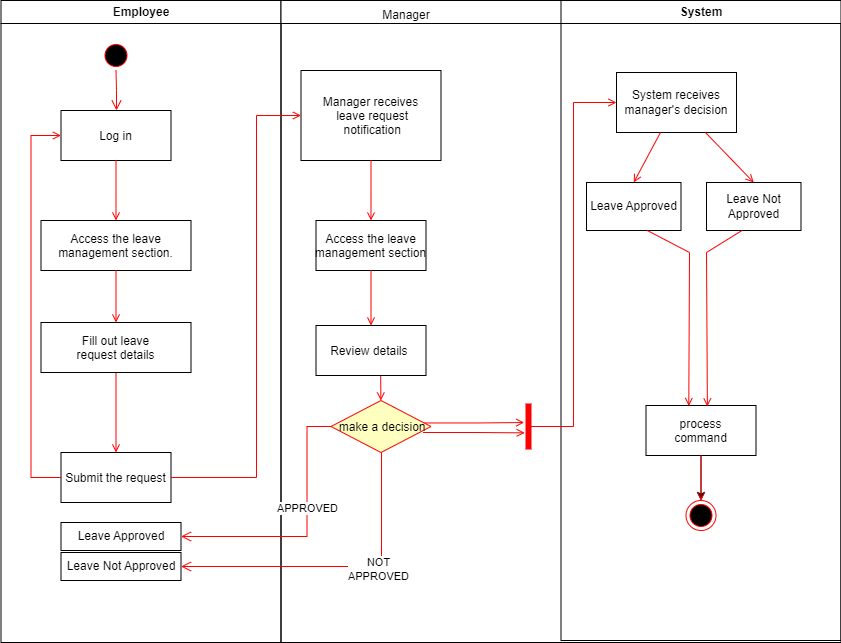
Earlier version of the draw.io export Activity Diagrams/Request Leave Actuvity Diagram.drawio.png (Arisa-Ndreu/AEMS--Project). Source tidied: cells renumbered, new cells last; positions are measured from the earlier drawing's top-left corner, leaving out a move shared by most shapes. Source of this version:
```xml
<mxGraphModel>
  <root>
    <mxCell id="0" />
    <mxCell id="1" parent="0" />
    <mxCell id="2" value="Employee" style="swimlane;whiteSpace=wrap;" parent="1" vertex="1">
      <mxGeometry x="0.5" width="280" height="642" as="geometry" />
    </mxCell>
    <mxCell id="3" style="ellipse;shape=startState;fillColor=#000000;strokeColor=#ff0000;" parent="2" vertex="1">
      <mxGeometry x="100" y="40" width="30" height="30" as="geometry" />
    </mxCell>
    <mxCell id="4" style="edgeStyle=elbowEdgeStyle;elbow=horizontal;verticalAlign=bottom;endArrow=open;endSize=8;strokeColor=#FF0000;endFill=1;rounded=0;" parent="2" edge="1" source="3" target="5">
      <mxGeometry x="100" y="40" as="geometry" />
    </mxCell>
    <mxCell id="5" value="Log in" parent="2" vertex="1">
      <mxGeometry x="60" y="110" width="110" height="50" as="geometry" />
    </mxCell>
    <mxCell id="6" value="Access the leave &#10;management section." parent="2" vertex="1">
      <mxGeometry x="40" y="220" width="150" height="50" as="geometry" />
    </mxCell>
    <mxCell id="7" style="endArrow=open;strokeColor=#FF0000;endFill=1;rounded=0;" parent="2" edge="1" source="5" target="6">
      <mxGeometry relative="1" as="geometry" />
    </mxCell>
    <mxCell id="8" value="Submit the request" parent="2" vertex="1">
      <mxGeometry x="60" y="452" width="110" height="50" as="geometry" />
    </mxCell>
    <mxCell id="9" style="endArrow=open;strokeColor=#FF0000;endFill=1;rounded=0;" parent="2" edge="1" source="12" target="8">
      <mxGeometry relative="1" as="geometry" />
    </mxCell>
    <mxCell id="10" style="edgeStyle=elbowEdgeStyle;elbow=horizontal;strokeColor=#FF0000;endArrow=open;endFill=1;rounded=0;" parent="2" edge="1" source="8" target="5">
      <mxGeometry relative="1" as="geometry">
        <Array as="points">
          <mxPoint x="30" y="250" />
        </Array>
      </mxGeometry>
    </mxCell>
    <mxCell id="11" style="endArrow=open;strokeColor=#FF0000;endFill=1;rounded=0;" parent="2" edge="1" source="6" target="12">
      <mxGeometry relative="1" as="geometry" />
    </mxCell>
    <mxCell id="12" value="Fill out leave &#10;request details" parent="2" vertex="1">
      <mxGeometry x="40" y="322" width="150" height="50" as="geometry" />
    </mxCell>
    <mxCell id="13" value="Leave Approved" style="rounded=0;whiteSpace=wrap;html=1;" parent="2" vertex="1">
      <mxGeometry x="60" y="522" width="120" height="28" as="geometry" />
    </mxCell>
    <mxCell id="14" value="Leave Not Approved" style="rounded=0;whiteSpace=wrap;html=1;" parent="2" vertex="1">
      <mxGeometry x="60" y="552" width="120" height="28" as="geometry" />
    </mxCell>
    <mxCell id="15" style="swimlane;whiteSpace=wrap;" parent="1" vertex="1">
      <mxGeometry x="280.5" width="560" height="642" as="geometry" />
    </mxCell>
    <mxCell id="16" value="Manager receives&#10; leave request&#10; notification" parent="15" vertex="1">
      <mxGeometry x="20" y="70" width="140" height="90" as="geometry" />
    </mxCell>
    <mxCell id="17" value="Access the leave &#10;management section" parent="15" vertex="1">
      <mxGeometry x="35" y="220" width="110" height="50" as="geometry" />
    </mxCell>
    <mxCell id="18" style="endArrow=open;strokeColor=#FF0000;endFill=1;rounded=0;" parent="15" edge="1" source="16" target="17">
      <mxGeometry relative="1" as="geometry" />
    </mxCell>
    <mxCell id="19" value="Review details " parent="15" vertex="1">
      <mxGeometry x="35" y="325" width="110" height="50" as="geometry" />
    </mxCell>
    <mxCell id="20" style="endArrow=open;strokeColor=#FF0000;endFill=1;rounded=0;" parent="15" edge="1" source="17" target="19">
      <mxGeometry relative="1" as="geometry" />
    </mxCell>
    <mxCell id="21" style="endArrow=open;strokeColor=#FF0000;endFill=1;rounded=0;exitX=0.588;exitY=1.008;exitDx=0;exitDy=0;exitPerimeter=0;" parent="15" edge="1" source="19">
      <mxGeometry relative="1" as="geometry">
        <mxPoint x="99.9" y="400" as="targetPoint" />
      </mxGeometry>
    </mxCell>
    <mxCell id="22" style="edgeStyle=elbowEdgeStyle;elbow=horizontal;strokeColor=#FF0000;endArrow=open;endFill=1;rounded=0;exitX=0.929;exitY=0.432;exitDx=0;exitDy=0;exitPerimeter=0;entryX=-0.36;entryY=0.412;entryDx=0;entryDy=0;entryPerimeter=0;" parent="15" edge="1" source="33" target="35">
      <mxGeometry relative="1" as="geometry">
        <Array as="points">
          <mxPoint x="196" y="422" />
        </Array>
      </mxGeometry>
    </mxCell>
    <mxCell id="23" value="System" style="swimlane;whiteSpace=wrap;" parent="15" vertex="1">
      <mxGeometry x="280" width="280" height="640" as="geometry" />
    </mxCell>
    <mxCell id="24" style="edgeStyle=orthogonalEdgeStyle;rounded=0;jettySize=auto;html=1;" parent="23" edge="1" source="25" target="26">
      <mxGeometry relative="1" as="geometry" />
    </mxCell>
    <mxCell id="25" value="process&#10;command" parent="23" vertex="1">
      <mxGeometry x="85" y="405" width="110" height="50" as="geometry" />
    </mxCell>
    <mxCell id="26" style="ellipse;shape=endState;fillColor=#000000;strokeColor=#ff0000;" parent="23" vertex="1">
      <mxGeometry x="125" y="500" width="30" height="30" as="geometry" />
    </mxCell>
    <mxCell id="27" style="endArrow=open;strokeColor=#FF0000;endFill=1;rounded=0;" parent="23" edge="1" source="25" target="26">
      <mxGeometry relative="1" as="geometry" />
    </mxCell>
    <mxCell id="28" value="Leave Approved" style="rounded=0;whiteSpace=wrap;html=1;" parent="23" vertex="1">
      <mxGeometry x="25.5" y="182" width="94.5" height="48" as="geometry" />
    </mxCell>
    <mxCell id="29" value="Leave Not Approved" style="rounded=0;whiteSpace=wrap;html=1;" parent="23" vertex="1">
      <mxGeometry x="145.5" y="182" width="94.5" height="48" as="geometry" />
    </mxCell>
    <mxCell id="30" style="endArrow=open;strokeColor=#FF0000;endFill=1;rounded=0;entryX=0.389;entryY=0.01;entryDx=0;entryDy=0;entryPerimeter=0;" parent="23" edge="1" target="25">
      <mxGeometry relative="1" as="geometry">
        <mxPoint x="86.2" y="230" as="sourcePoint" />
        <Array as="points">
          <mxPoint x="128.5" y="252" />
        </Array>
      </mxGeometry>
    </mxCell>
    <mxCell id="31" style="endArrow=open;strokeColor=#FF0000;endFill=1;rounded=0;entryX=0.558;entryY=0.02;entryDx=0;entryDy=0;entryPerimeter=0;" parent="23" edge="1" target="25">
      <mxGeometry relative="1" as="geometry">
        <mxPoint x="181" y="230" as="sourcePoint" />
        <Array as="points">
          <mxPoint x="145.5" y="252" />
        </Array>
      </mxGeometry>
    </mxCell>
    <mxCell id="32" value="Manager" style="text;html=1;strokeColor=none;fillColor=none;align=center;verticalAlign=middle;whiteSpace=wrap;rounded=0;" parent="15" vertex="1">
      <mxGeometry x="95.5" width="60" height="30" as="geometry" />
    </mxCell>
    <mxCell id="33" value=" make a decision" style="rhombus;fillColor=#ffffc0;strokeColor=#ff0000;" parent="15" vertex="1">
      <mxGeometry x="50" y="400" width="100" height="52" as="geometry" />
    </mxCell>
    <mxCell id="34" style="edgeStyle=elbowEdgeStyle;elbow=horizontal;entryX=-0.259;entryY=0.641;strokeColor=#FF0000;endArrow=open;endFill=1;rounded=0;exitX=0.929;exitY=0.432;exitDx=0;exitDy=0;exitPerimeter=0;entryDx=0;entryDy=0;entryPerimeter=0;" parent="15" edge="1" target="35">
      <mxGeometry relative="1" as="geometry">
        <mxPoint x="142" y="432" as="sourcePoint" />
        <Array as="points">
          <mxPoint x="195" y="432" />
        </Array>
      </mxGeometry>
    </mxCell>
    <mxCell id="35" style="whiteSpace=wrap;strokeColor=#FF0000;fillColor=#FF0000;" parent="15" vertex="1">
      <mxGeometry x="245" y="403.5" width="5" height="45" as="geometry" />
    </mxCell>
    <mxCell id="36" style="edgeStyle=elbowEdgeStyle;elbow=horizontal;align=left;verticalAlign=bottom;endArrow=open;endSize=8;strokeColor=#FF0000;endFill=1;rounded=0;entryX=1;entryY=0.5;entryDx=0;entryDy=0;" parent="15" edge="1" target="14">
      <mxGeometry x="-1" relative="1" as="geometry">
        <mxPoint x="100.5" y="452" as="sourcePoint" />
        <Array as="points">
          <mxPoint x="100.5" y="414.5" />
        </Array>
      </mxGeometry>
    </mxCell>
    <mxCell id="37" value="NOT&lt;br&gt;APPROVED" style="edgeLabel;html=1;align=center;verticalAlign=middle;" parent="36" vertex="1">
      <mxGeometry x="-0.25" y="2" relative="1" as="geometry" />
    </mxCell>
    <mxCell id="38" style="endArrow=open;strokeColor=#FF0000;endFill=1;rounded=0;" parent="1" edge="1" source="8" target="16">
      <mxGeometry relative="1" as="geometry">
        <Array as="points">
          <mxPoint x="256" y="477" />
          <mxPoint x="256" y="115" />
        </Array>
      </mxGeometry>
    </mxCell>
    <mxCell id="39" value="System receives manager's decision" style="rounded=0;whiteSpace=wrap;html=1;" parent="1" vertex="1">
      <mxGeometry x="616" y="72" width="120" height="60" as="geometry" />
    </mxCell>
    <mxCell id="40" style="edgeStyle=elbowEdgeStyle;elbow=horizontal;strokeColor=#FF0000;endArrow=open;endFill=1;rounded=0;" parent="1" edge="1" source="35" target="39">
      <mxGeometry relative="1" as="geometry" />
    </mxCell>
    <mxCell id="41" style="endArrow=open;strokeColor=#FF0000;endFill=1;rounded=0;entryX=0.5;entryY=0;entryDx=0;entryDy=0;" parent="1" edge="1" source="39" target="28">
      <mxGeometry relative="1" as="geometry" />
    </mxCell>
    <mxCell id="42" style="endArrow=open;strokeColor=#FF0000;endFill=1;rounded=0;entryX=0.5;entryY=0;entryDx=0;entryDy=0;" parent="1" edge="1" source="39" target="29">
      <mxGeometry relative="1" as="geometry" />
    </mxCell>
    <mxCell id="43" style="edgeStyle=elbowEdgeStyle;elbow=horizontal;align=left;verticalAlign=top;endArrow=open;endSize=8;strokeColor=#FF0000;endFill=1;rounded=0;entryX=1;entryY=0.5;entryDx=0;entryDy=0;exitX=0;exitY=0.5;exitDx=0;exitDy=0;" parent="1" edge="1" source="33" target="13">
      <mxGeometry x="-1" relative="1" as="geometry">
        <Array as="points">
          <mxPoint x="306.5" y="482" />
        </Array>
      </mxGeometry>
    </mxCell>
    <mxCell id="44" value="APPROVED" style="edgeLabel;html=1;align=center;verticalAlign=middle;" parent="43" vertex="1">
      <mxGeometry x="-0.19" relative="1" as="geometry" />
    </mxCell>
  </root>
</mxGraphModel>
```
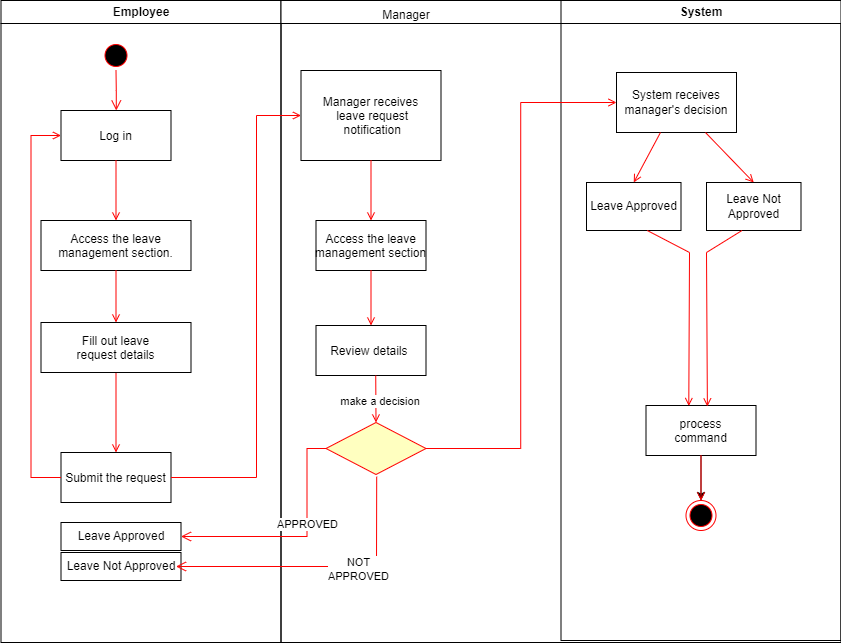
Above is the later version.

Diff of the diagram source:
```diff
@@ -63,18 +63,12 @@
     <mxCell id="20" style="endArrow=open;strokeColor=#FF0000;endFill=1;rounded=0;" parent="15" edge="1" source="17" target="19">
       <mxGeometry relative="1" as="geometry" />
     </mxCell>
-    <mxCell id="21" style="endArrow=open;strokeColor=#FF0000;endFill=1;rounded=0;exitX=0.588;exitY=1.008;exitDx=0;exitDy=0;exitPerimeter=0;" parent="15" edge="1" source="19">
-      <mxGeometry relative="1" as="geometry">
-        <mxPoint x="99.9" y="400" as="targetPoint" />
-      </mxGeometry>
+    <mxCell id="21" style="endArrow=open;strokeColor=#FF0000;endFill=1;rounded=0;exitX=0.543;exitY=1;exitDx=0;exitDy=0;exitPerimeter=0;entryX=0.5;entryY=0;entryDx=0;entryDy=0;" parent="15" edge="1" source="19" target="33">
+      <mxGeometry relative="1" as="geometry" />
     </mxCell>
-    <mxCell id="22" style="edgeStyle=elbowEdgeStyle;elbow=horizontal;strokeColor=#FF0000;endArrow=open;endFill=1;rounded=0;exitX=0.929;exitY=0.432;exitDx=0;exitDy=0;exitPerimeter=0;entryX=-0.36;entryY=0.412;entryDx=0;entryDy=0;entryPerimeter=0;" parent="15" edge="1" source="33" target="35">
-      <mxGeometry relative="1" as="geometry">
-        <Array as="points">
-          <mxPoint x="196" y="422" />
-        </Array>
-      </mxGeometry>
-    </mxCell>
+    <mxCell id="45" value="&amp;nbsp;make a decision" style="edgeLabel;html=1;align=center;verticalAlign=middle;" parent="21" vertex="1">
+      <mxGeometry x="0.07" y="2" relative="1" as="geometry" />
+    </mxCell>
     <mxCell id="23" value="System" style="swimlane;whiteSpace=wrap;" parent="15" vertex="1">
       <mxGeometry x="280" width="280" height="640" as="geometry" />
     </mxCell>
@@ -115,25 +109,14 @@
     <mxCell id="32" value="Manager" style="text;html=1;strokeColor=none;fillColor=none;align=center;verticalAlign=middle;whiteSpace=wrap;rounded=0;" parent="15" vertex="1">
       <mxGeometry x="95.5" width="60" height="30" as="geometry" />
     </mxCell>
-    <mxCell id="33" value=" make a decision" style="rhombus;fillColor=#ffffc0;strokeColor=#ff0000;" parent="15" vertex="1">
-      <mxGeometry x="50" y="400" width="100" height="52" as="geometry" />
+    <mxCell id="33" style="rhombus;fillColor=#ffffc0;strokeColor=#ff0000;" parent="15" vertex="1">
+      <mxGeometry x="45" y="422" width="100" height="52" as="geometry" />
     </mxCell>
-    <mxCell id="34" style="edgeStyle=elbowEdgeStyle;elbow=horizontal;entryX=-0.259;entryY=0.641;strokeColor=#FF0000;endArrow=open;endFill=1;rounded=0;exitX=0.929;exitY=0.432;exitDx=0;exitDy=0;exitPerimeter=0;entryDx=0;entryDy=0;entryPerimeter=0;" parent="15" edge="1" target="35">
-      <mxGeometry relative="1" as="geometry">
-        <mxPoint x="142" y="432" as="sourcePoint" />
-        <Array as="points">
-          <mxPoint x="195" y="432" />
-        </Array>
-      </mxGeometry>
-    </mxCell>
-    <mxCell id="35" style="whiteSpace=wrap;strokeColor=#FF0000;fillColor=#FF0000;" parent="15" vertex="1">
-      <mxGeometry x="245" y="403.5" width="5" height="45" as="geometry" />
-    </mxCell>
-    <mxCell id="36" style="edgeStyle=elbowEdgeStyle;elbow=horizontal;align=left;verticalAlign=bottom;endArrow=open;endSize=8;strokeColor=#FF0000;endFill=1;rounded=0;entryX=1;entryY=0.5;entryDx=0;entryDy=0;" parent="15" edge="1" target="14">
+    <mxCell id="36" style="edgeStyle=elbowEdgeStyle;elbow=horizontal;align=left;verticalAlign=bottom;endArrow=open;endSize=8;strokeColor=#FF0000;endFill=1;rounded=0;entryX=1;entryY=0.5;entryDx=0;entryDy=0;exitX=0.507;exitY=1.042;exitDx=0;exitDy=0;exitPerimeter=0;" parent="15" edge="1" source="33">
       <mxGeometry x="-1" relative="1" as="geometry">
-        <mxPoint x="100.5" y="452" as="sourcePoint" />
+        <mxPoint x="-105" y="566" as="targetPoint" />
         <Array as="points">
-          <mxPoint x="100.5" y="414.5" />
+          <mxPoint x="95.5" y="414.5" />
         </Array>
       </mxGeometry>
     </mxCell>
@@ -151,7 +134,7 @@
     <mxCell id="39" value="System receives manager's decision" style="rounded=0;whiteSpace=wrap;html=1;" parent="1" vertex="1">
       <mxGeometry x="616" y="72" width="120" height="60" as="geometry" />
     </mxCell>
-    <mxCell id="40" style="edgeStyle=elbowEdgeStyle;elbow=horizontal;strokeColor=#FF0000;endArrow=open;endFill=1;rounded=0;" parent="1" edge="1" source="35" target="39">
+    <mxCell id="40" style="edgeStyle=elbowEdgeStyle;elbow=horizontal;strokeColor=#FF0000;endArrow=open;endFill=1;rounded=0;exitX=1;exitY=0.5;exitDx=0;exitDy=0;" parent="1" edge="1" source="33" target="39">
       <mxGeometry relative="1" as="geometry" />
     </mxCell>
     <mxCell id="41" style="endArrow=open;strokeColor=#FF0000;endFill=1;rounded=0;entryX=0.5;entryY=0;entryDx=0;entryDy=0;" parent="1" edge="1" source="39" target="28">
```
